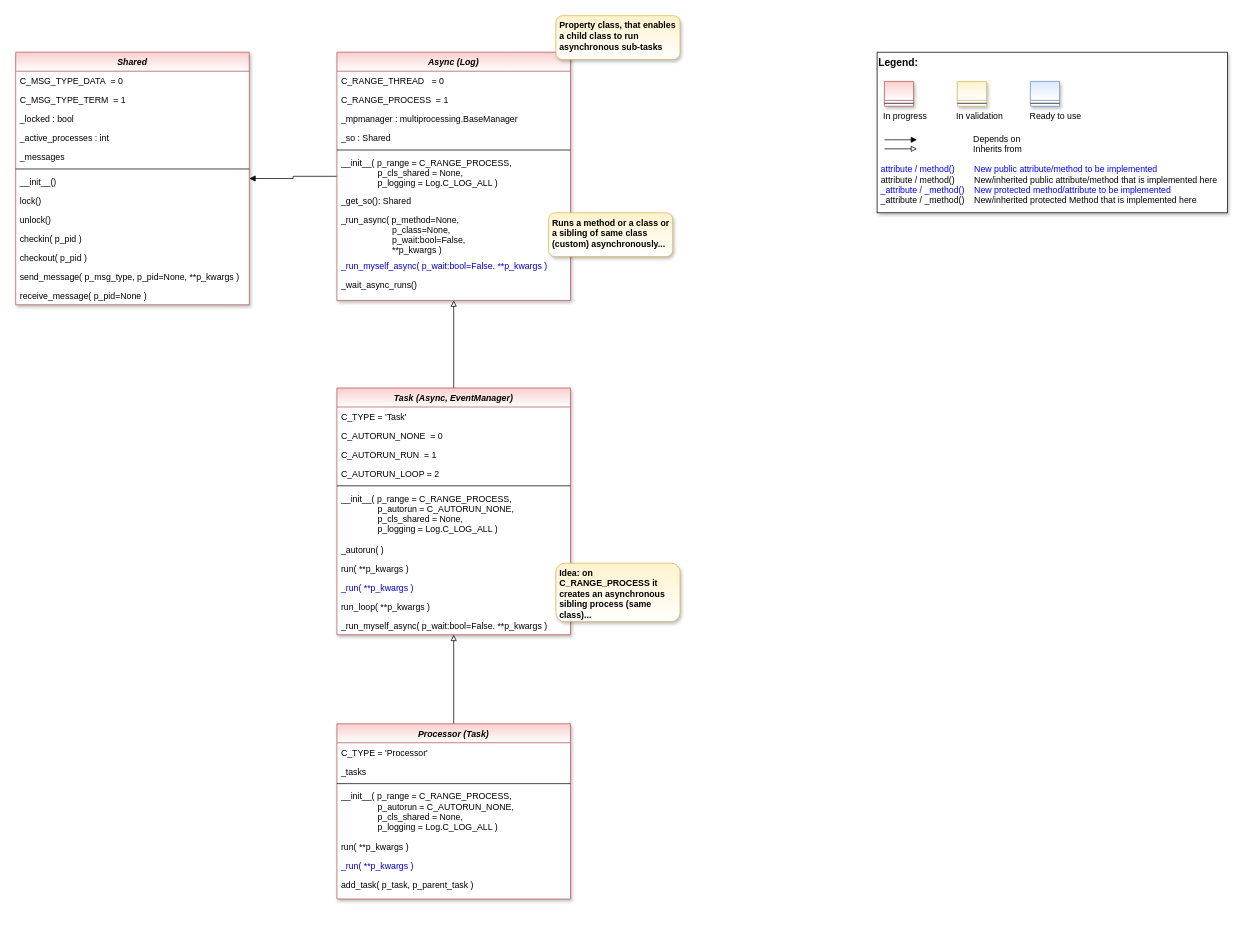
fhswf/MLPro keeps this draw.io diagram as doc/rtd/content/append2/core/images/bf/MLPro-BF-MP_class_diagram.drawio. Above is the earlier version. Source tidied: cells renumbered, new cells numbered last; positions are measured from the earlier drawing's top-left corner, leaving out a move shared by most shapes. Both pictures are drawn from the tidied source at 73%, with x=0, y=0 at pixel (15, 15).
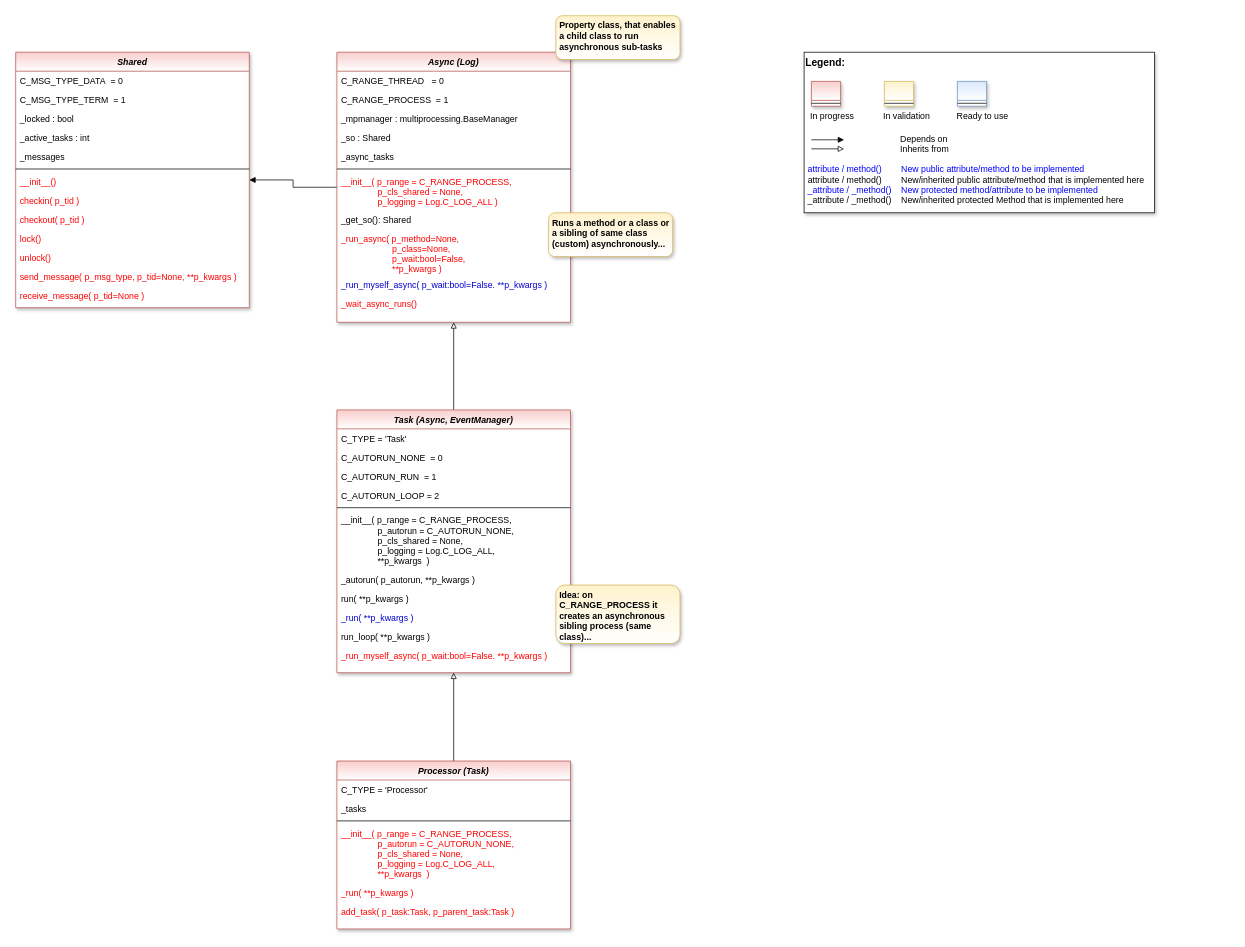
After the change.

Commit message (it also covers changes not shown here):
implementation of class interfaces

Diff of the diagram source:
```diff
@@
     <mxCell id="2" style="group;" parent="1" vertex="1">
-      <mxGeometry x="1180" y="50" width="480" height="220" as="geometry" />
+      <mxGeometry x="1080" y="50" width="480" height="220" as="geometry" />
     </mxCell>
@@
     <mxCell id="12" value="Shared" style="swimlane;fontStyle=3;align=center;verticalAlign=top;horizontal=1;startSize=26;rounded=0;shadow=1;strokeWidth=1;fillColor=#f8cecc;strokeColor=#b85450;glass=0;swimlaneFillColor=#ffffff;gradientColor=#ffffff;" parent="1" vertex="1">
-      <mxGeometry y="50" width="320" height="346" as="geometry" />
+      <mxGeometry y="50" width="320" height="350" as="geometry" />
     </mxCell>
@@
-    <mxCell id="16" value="_active_processes : int" style="text;align=left;verticalAlign=top;spacingLeft=4;spacingRight=4;overflow=hidden;" parent="12" vertex="1">
+    <mxCell id="16" value="_active_tasks : int" style="text;align=left;verticalAlign=top;spacingLeft=4;spacingRight=4;overflow=hidden;" parent="12" vertex="1">
       <mxGeometry y="104" width="320" height="26" as="geometry" />
     </mxCell>
@@
-    <mxCell id="19" value="__init__()" style="text;align=left;verticalAlign=top;spacingLeft=4;spacingRight=4;overflow=hidden;" parent="12" vertex="1">
+    <mxCell id="19" value="__init__()" style="text;align=left;verticalAlign=top;spacingLeft=4;spacingRight=4;overflow=hidden;fontColor=#FF0000;" parent="12" vertex="1">
       <mxGeometry y="164" width="320" height="26" as="geometry" />
     </mxCell>
+    <mxCell id="22" value="checkin( p_tid )" style="text;align=left;verticalAlign=top;spacingLeft=4;spacingRight=4;overflow=hidden;fontColor=#FF0000;" parent="12" vertex="1">
+      <mxGeometry y="190" width="320" height="26" as="geometry" />
+    </mxCell>
+    <mxCell id="23" value="checkout( p_tid )" style="text;align=left;verticalAlign=top;spacingLeft=4;spacingRight=4;overflow=hidden;fontColor=#FF0000;" parent="12" vertex="1">
+      <mxGeometry y="216" width="320" height="26" as="geometry" />
+    </mxCell>
-    <mxCell id="20" value="lock()" style="text;align=left;verticalAlign=top;spacingLeft=4;spacingRight=4;overflow=hidden;" parent="12" vertex="1">
-      <mxGeometry y="190" width="320" height="26" as="geometry" />
+    <mxCell id="20" value="lock()" style="text;align=left;verticalAlign=top;spacingLeft=4;spacingRight=4;overflow=hidden;fontColor=#FF0000;" parent="12" vertex="1">
+      <mxGeometry y="242" width="320" height="26" as="geometry" />
     </mxCell>
-    <mxCell id="21" value="unlock()" style="text;align=left;verticalAlign=top;spacingLeft=4;spacingRight=4;overflow=hidden;" parent="12" vertex="1">
-      <mxGeometry y="216" width="320" height="26" as="geometry" />
+    <mxCell id="21" value="unlock()" style="text;align=left;verticalAlign=top;spacingLeft=4;spacingRight=4;overflow=hidden;fontColor=#FF0000;" parent="12" vertex="1">
+      <mxGeometry y="268" width="320" height="26" as="geometry" />
     </mxCell>
-    <mxCell id="22" value="checkin( p_pid )" style="text;align=left;verticalAlign=top;spacingLeft=4;spacingRight=4;overflow=hidden;" parent="12" vertex="1">
-      <mxGeometry y="242" width="320" height="26" as="geometry" />
-    </mxCell>
-    <mxCell id="23" value="checkout( p_pid )" style="text;align=left;verticalAlign=top;spacingLeft=4;spacingRight=4;overflow=hidden;" parent="12" vertex="1">
-      <mxGeometry y="268" width="320" height="26" as="geometry" />
-    </mxCell>
-    <mxCell id="24" value="send_message( p_msg_type, p_pid=None, **p_kwargs )" style="text;align=left;verticalAlign=top;spacingLeft=4;spacingRight=4;overflow=hidden;" parent="12" vertex="1">
+    <mxCell id="24" value="send_message( p_msg_type, p_tid=None, **p_kwargs )" style="text;align=left;verticalAlign=top;spacingLeft=4;spacingRight=4;overflow=hidden;fontColor=#FF0000;" parent="12" vertex="1">
       <mxGeometry y="294" width="320" height="26" as="geometry" />
     </mxCell>
-    <mxCell id="25" value="receive_message( p_pid=None )" style="text;align=left;verticalAlign=top;spacingLeft=4;spacingRight=4;overflow=hidden;" parent="12" vertex="1">
+    <mxCell id="25" value="receive_message( p_tid=None )" style="text;align=left;verticalAlign=top;spacingLeft=4;spacingRight=4;overflow=hidden;fontColor=#FF0000;" parent="12" vertex="1">
       <mxGeometry y="320" width="320" height="26" as="geometry" />
     </mxCell>
@@
     <mxCell id="27" value="Async (Log)" style="swimlane;fontStyle=3;align=center;verticalAlign=top;horizontal=1;startSize=26;rounded=0;shadow=1;strokeWidth=1;fillColor=#f8cecc;strokeColor=#b85450;glass=0;swimlaneFillColor=#ffffff;gradientColor=#ffffff;" parent="1" vertex="1">
-      <mxGeometry x="440" y="50" width="320" height="340" as="geometry" />
+      <mxGeometry x="440" y="50" width="320" height="370" as="geometry" />
     </mxCell>
@@
+    <mxCell id="63" value="_async_tasks" style="text;align=left;verticalAlign=top;spacingLeft=4;spacingRight=4;overflow=hidden;" parent="27" vertex="1">
+      <mxGeometry y="130" width="320" height="26" as="geometry" />
+    </mxCell>
     <mxCell id="32" style="line;html=1;strokeWidth=1;align=left;verticalAlign=middle;spacingTop=-1;spacingLeft=3;spacingRight=3;labelPosition=right;" parent="27" vertex="1">
-      <mxGeometry y="130" width="320" height="8" as="geometry" />
+      <mxGeometry y="156" width="320" height="8" as="geometry" />
     </mxCell>
-    <mxCell id="33" value="__init__( p_range = C_RANGE_PROCESS,&#10;               p_cls_shared = None,&#10;               p_logging = Log.C_LOG_ALL )" style="text;align=left;verticalAlign=top;spacingLeft=4;spacingRight=4;overflow=hidden;fontColor=default;" parent="27" vertex="1">
-      <mxGeometry y="138" width="320" height="52" as="geometry" />
+    <mxCell id="33" value="__init__( p_range = C_RANGE_PROCESS,&#10;               p_cls_shared = None,&#10;               p_logging = Log.C_LOG_ALL )" style="text;align=left;verticalAlign=top;spacingLeft=4;spacingRight=4;overflow=hidden;fontColor=#FF0000;" parent="27" vertex="1">
+      <mxGeometry y="164" width="320" height="52" as="geometry" />
     </mxCell>
-    <mxCell id="34" value="_get_so(): Shared" style="text;align=left;verticalAlign=top;spacingLeft=4;spacingRight=4;overflow=hidden;" parent="27" vertex="1">
-      <mxGeometry y="190" width="320" height="26" as="geometry" />
+    <mxCell id="34" value="_get_so(): Shared" style="text;align=left;verticalAlign=top;spacingLeft=4;spacingRight=4;overflow=hidden;fontColor=default;" parent="27" vertex="1">
+      <mxGeometry y="216" width="320" height="26" as="geometry" />
     </mxCell>
-    <mxCell id="35" value="_run_async( p_method=None,&#10;                     p_class=None,&#10;                     p_wait:bool=False,&#10;                     **p_kwargs )" style="text;align=left;verticalAlign=top;spacingLeft=4;spacingRight=4;overflow=hidden;fontColor=default;" parent="27" vertex="1">
-      <mxGeometry y="216" width="320" height="64" as="geometry" />
+    <mxCell id="35" value="_run_async( p_method=None,&#10;                     p_class=None,&#10;                     p_wait:bool=False,&#10;                     **p_kwargs )" style="text;align=left;verticalAlign=top;spacingLeft=4;spacingRight=4;overflow=hidden;fontColor=#FF0000;" parent="27" vertex="1">
+      <mxGeometry y="242" width="320" height="64" as="geometry" />
     </mxCell>
     <mxCell id="36" value="_run_myself_async( p_wait:bool=False. **p_kwargs )" style="text;align=left;verticalAlign=top;spacingLeft=4;spacingRight=4;overflow=hidden;fontColor=#0000CC;" parent="27" vertex="1">
-      <mxGeometry y="280" width="320" height="26" as="geometry" />
+      <mxGeometry y="306" width="320" height="26" as="geometry" />
     </mxCell>
-    <mxCell id="37" value="_wait_async_runs()" style="text;align=left;verticalAlign=top;spacingLeft=4;spacingRight=4;overflow=hidden;" parent="27" vertex="1">
-      <mxGeometry y="306" width="320" height="26" as="geometry" />
+    <mxCell id="37" value="_wait_async_runs()" style="text;align=left;verticalAlign=top;spacingLeft=4;spacingRight=4;overflow=hidden;fontColor=#FF0000;" parent="27" vertex="1">
+      <mxGeometry y="332" width="320" height="26" as="geometry" />
     </mxCell>
@@
     <mxCell id="40" value="Task (Async, EventManager)" style="swimlane;fontStyle=3;align=center;verticalAlign=top;horizontal=1;startSize=26;rounded=0;shadow=1;strokeWidth=1;fillColor=#f8cecc;strokeColor=#b85450;glass=0;swimlaneFillColor=#ffffff;gradientColor=#ffffff;" parent="1" vertex="1">
-      <mxGeometry x="440" y="510" width="320" height="338" as="geometry" />
+      <mxGeometry x="440" y="540" width="320" height="360" as="geometry" />
     </mxCell>
@@
-    <mxCell id="46" value="__init__( p_range = C_RANGE_PROCESS,&#10;               p_autorun = C_AUTORUN_NONE,&#10;               p_cls_shared = None,&#10;               p_logging = Log.C_LOG_ALL )" style="text;align=left;verticalAlign=top;spacingLeft=4;spacingRight=4;overflow=hidden;fontColor=default;" parent="40" vertex="1">
-      <mxGeometry y="138" width="320" height="70" as="geometry" />
+    <mxCell id="46" value="__init__( p_range = C_RANGE_PROCESS,&#10;               p_autorun = C_AUTORUN_NONE,&#10;               p_cls_shared = None,&#10;               p_logging = Log.C_LOG_ALL,&#10;               **p_kwargs  )" style="text;align=left;verticalAlign=top;spacingLeft=4;spacingRight=4;overflow=hidden;fontColor=default;" parent="40" vertex="1">
+      <mxGeometry y="138" width="320" height="82" as="geometry" />
     </mxCell>
-    <mxCell id="47" value="_autorun( )" style="text;align=left;verticalAlign=top;spacingLeft=4;spacingRight=4;overflow=hidden;fontColor=default;" parent="40" vertex="1">
-      <mxGeometry y="208" width="320" height="26" as="geometry" />
+    <mxCell id="47" value="_autorun( p_autorun, **p_kwargs )" style="text;align=left;verticalAlign=top;spacingLeft=4;spacingRight=4;overflow=hidden;fontColor=default;" parent="40" vertex="1">
+      <mxGeometry y="220" width="320" height="26" as="geometry" />
     </mxCell>
     <mxCell id="48" value="run( **p_kwargs )" style="text;align=left;verticalAlign=top;spacingLeft=4;spacingRight=4;overflow=hidden;" parent="40" vertex="1">
-      <mxGeometry y="234" width="320" height="26" as="geometry" />
+      <mxGeometry y="246" width="320" height="26" as="geometry" />
     </mxCell>
     <mxCell id="49" value="_run( **p_kwargs )" style="text;align=left;verticalAlign=top;spacingLeft=4;spacingRight=4;overflow=hidden;fontColor=#0000CC;" parent="40" vertex="1">
-      <mxGeometry y="260" width="320" height="26" as="geometry" />
+      <mxGeometry y="272" width="320" height="26" as="geometry" />
     </mxCell>
     <mxCell id="50" value="run_loop( **p_kwargs )" style="text;align=left;verticalAlign=top;spacingLeft=4;spacingRight=4;overflow=hidden;" parent="40" vertex="1">
-      <mxGeometry y="286" width="320" height="26" as="geometry" />
+      <mxGeometry y="298" width="320" height="26" as="geometry" />
     </mxCell>
-    <mxCell id="51" value="_run_myself_async( p_wait:bool=False. **p_kwargs )" style="text;align=left;verticalAlign=top;spacingLeft=4;spacingRight=4;overflow=hidden;fontColor=default;" parent="40" vertex="1">
-      <mxGeometry y="312" width="320" height="26" as="geometry" />
+    <mxCell id="51" value="_run_myself_async( p_wait:bool=False. **p_kwargs )" style="text;align=left;verticalAlign=top;spacingLeft=4;spacingRight=4;overflow=hidden;fontColor=#FF0000;" parent="40" vertex="1">
+      <mxGeometry y="324" width="320" height="26" as="geometry" />
     </mxCell>
@@
     <mxCell id="53" value="Processor (Task)" style="swimlane;fontStyle=3;align=center;verticalAlign=top;horizontal=1;startSize=26;rounded=0;shadow=1;strokeWidth=1;fillColor=#f8cecc;strokeColor=#b85450;glass=0;swimlaneFillColor=#ffffff;gradientColor=#ffffff;" parent="1" vertex="1">
-      <mxGeometry x="440" y="970" width="320" height="240" as="geometry" />
+      <mxGeometry x="440" y="1021" width="320" height="230" as="geometry" />
     </mxCell>
@@
-    <mxCell id="57" value="__init__( p_range = C_RANGE_PROCESS,&#10;               p_autorun = C_AUTORUN_NONE,&#10;               p_cls_shared = None,&#10;               p_logging = Log.C_LOG_ALL )" style="text;align=left;verticalAlign=top;spacingLeft=4;spacingRight=4;overflow=hidden;fontColor=default;" parent="53" vertex="1">
-      <mxGeometry y="86" width="320" height="70" as="geometry" />
-    </mxCell>
-    <mxCell id="58" value="run( **p_kwargs )" style="text;align=left;verticalAlign=top;spacingLeft=4;spacingRight=4;overflow=hidden;" parent="53" vertex="1">
-      <mxGeometry y="156" width="320" height="26" as="geometry" />
-    </mxCell>
+    <mxCell id="64" value="__init__( p_range = C_RANGE_PROCESS,&#10;               p_autorun = C_AUTORUN_NONE,&#10;               p_cls_shared = None,&#10;               p_logging = Log.C_LOG_ALL,&#10;               **p_kwargs  )" style="text;align=left;verticalAlign=top;spacingLeft=4;spacingRight=4;overflow=hidden;fontColor=#FF0000;" parent="53" vertex="1">
+      <mxGeometry y="86" width="320" height="82" as="geometry" />
+    </mxCell>
-    <mxCell id="59" value="_run( **p_kwargs )" style="text;align=left;verticalAlign=top;spacingLeft=4;spacingRight=4;overflow=hidden;fontColor=#0000CC;" parent="53" vertex="1">
-      <mxGeometry y="182" width="320" height="26" as="geometry" />
+    <mxCell id="59" value="_run( **p_kwargs )" style="text;align=left;verticalAlign=top;spacingLeft=4;spacingRight=4;overflow=hidden;fontColor=#FF0000;" parent="53" vertex="1">
+      <mxGeometry y="168" width="320" height="26" as="geometry" />
     </mxCell>
-    <mxCell id="60" value="add_task( p_task, p_parent_task )" style="text;align=left;verticalAlign=top;spacingLeft=4;spacingRight=4;overflow=hidden;" parent="53" vertex="1">
-      <mxGeometry y="208" width="320" height="26" as="geometry" />
+    <mxCell id="60" value="add_task( p_task:Task, p_parent_task:Task )" style="text;align=left;verticalAlign=top;spacingLeft=4;spacingRight=4;overflow=hidden;fontColor=#FF0000;" parent="53" vertex="1">
+      <mxGeometry y="194" width="320" height="26" as="geometry" />
     </mxCell>
@@
     <mxCell id="62" value="Idea: on C_RANGE_PROCESS it creates an asynchronous sibling process (same class)..." style="rounded=1;whiteSpace=wrap;html=1;fillColor=#fff2cc;strokeColor=#d6b656;shadow=1;gradientColor=#ffffff;fontStyle=1;align=left;verticalAlign=top;spacingRight=3;spacingLeft=3;" parent="1" vertex="1">
-      <mxGeometry x="740" y="750" width="170" height="80" as="geometry" />
+      <mxGeometry x="740" y="780" width="170" height="80" as="geometry" />
     </mxCell>
```
